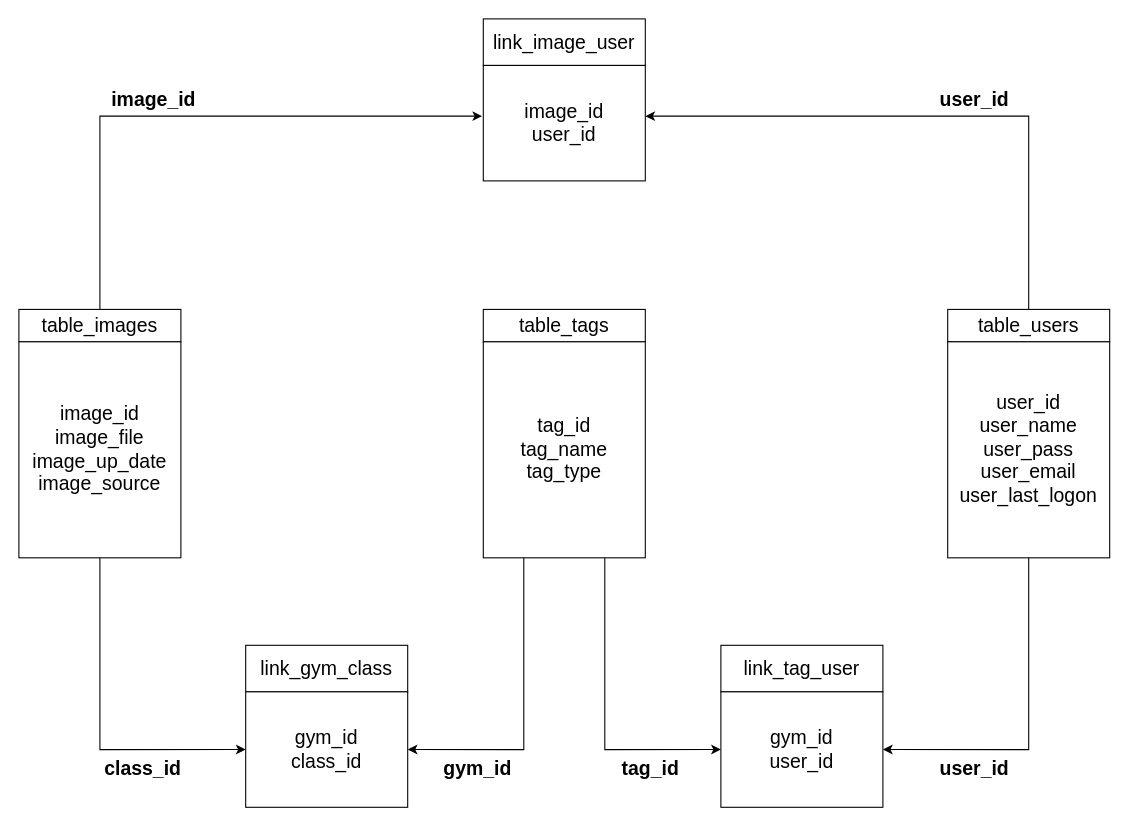
Before: Design/Databae Plan.drawio in mrhatman26/imagewebsite, a draw.io diagram. Source tidied: cells renumbered, new cells numbered last; positions are measured from the earlier drawing's top-left corner, leaving out a move shared by most shapes. Both pictures are drawn from the tidied source at 108%, with x=0, y=0 at pixel (18, 18).
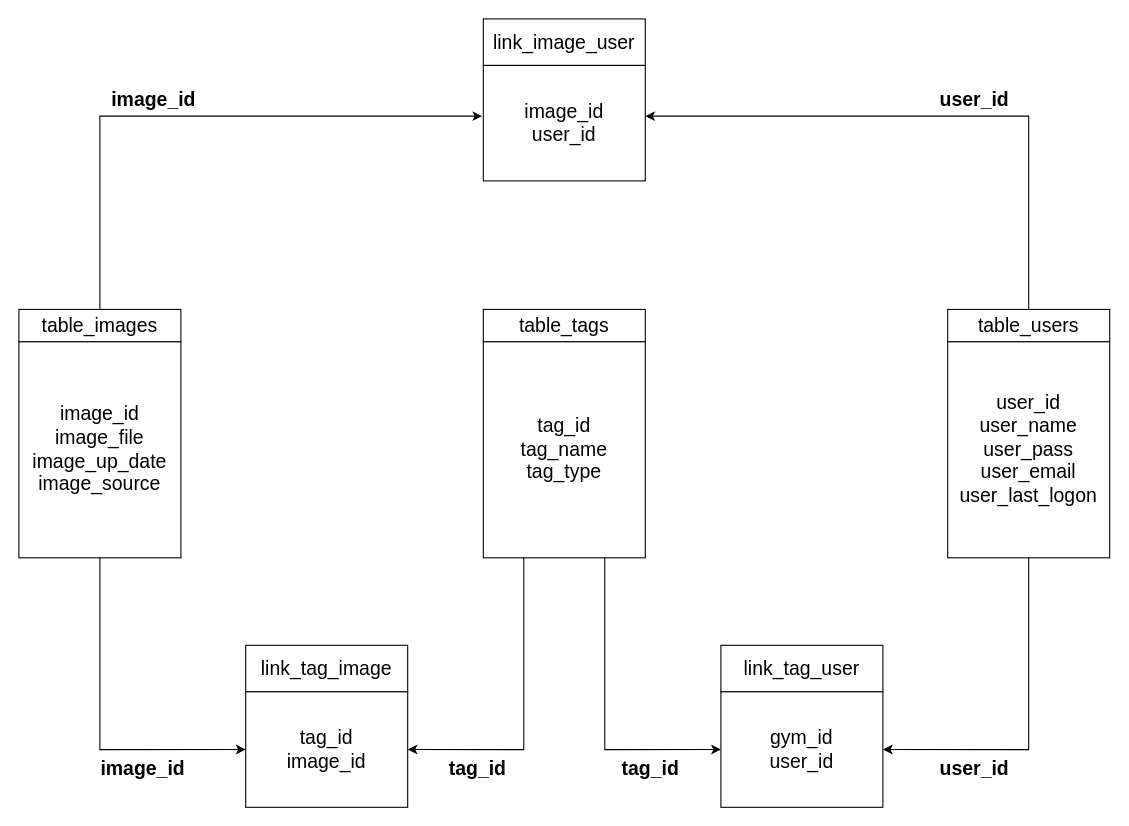
After the change.

Unchanged cells that the change refers to:
```xml
<mxCell id="11" style="group;" parent="1" vertex="1">
  <mxGeometry x="210" y="580" width="150" height="150" as="geometry" />
</mxCell>
```

Diff of the diagram source:
```diff
@@
-    <mxCell id="12" value="&lt;font style=&quot;font-size: 18px&quot;&gt;link_gym_class&lt;/font&gt;" style="rounded=0;whiteSpace=wrap;html=1;labelPosition=center;verticalLabelPosition=middle;align=center;verticalAlign=middle;" parent="11" vertex="1">
+    <mxCell id="12" value="&lt;font style=&quot;font-size: 18px&quot;&gt;link_tag_image&lt;/font&gt;" style="rounded=0;whiteSpace=wrap;html=1;labelPosition=center;verticalLabelPosition=middle;align=center;verticalAlign=middle;" parent="11" vertex="1">
       <mxGeometry width="150" height="43.1" as="geometry" />
     </mxCell>
-    <mxCell id="13" value="&lt;font style=&quot;font-size: 18px&quot;&gt;gym_id&lt;br&gt;class_id&lt;br&gt;&lt;/font&gt;" style="rounded=0;whiteSpace=wrap;html=1;labelPosition=center;verticalLabelPosition=middle;align=center;verticalAlign=middle;" parent="11" vertex="1">
+    <mxCell id="13" value="&lt;font style=&quot;font-size: 18px&quot;&gt;tag_id&lt;br&gt;image_id&lt;br&gt;&lt;/font&gt;" style="rounded=0;whiteSpace=wrap;html=1;labelPosition=center;verticalLabelPosition=middle;align=center;verticalAlign=middle;" parent="11" vertex="1">
       <mxGeometry y="43.1" width="150" height="106.9" as="geometry" />
     </mxCell>
@@
-    <mxCell id="24" value="&lt;font style=&quot;font-size: 18px&quot;&gt;&lt;b&gt;class_id&lt;/b&gt;&lt;/font&gt;" style="text;html=1;strokeColor=none;fillColor=none;align=center;verticalAlign=middle;whiteSpace=wrap;rounded=0;" parent="1" vertex="1">
+    <mxCell id="24" value="&lt;font style=&quot;font-size: 18px&quot;&gt;&lt;b&gt;image_id&lt;/b&gt;&lt;/font&gt;" style="text;html=1;strokeColor=none;fillColor=none;align=center;verticalAlign=middle;whiteSpace=wrap;rounded=0;" parent="1" vertex="1">
       <mxGeometry x="60" y="680" width="110" height="30" as="geometry" />
     </mxCell>
@@
-    <mxCell id="27" value="&lt;font style=&quot;font-size: 18px&quot;&gt;&lt;b&gt;gym_id&lt;br&gt;&lt;/b&gt;&lt;/font&gt;" style="text;html=1;strokeColor=none;fillColor=none;align=center;verticalAlign=middle;whiteSpace=wrap;rounded=0;" parent="1" vertex="1">
+    <mxCell id="27" value="&lt;font style=&quot;font-size: 18px&quot;&gt;&lt;b&gt;tag_id&lt;br&gt;&lt;/b&gt;&lt;/font&gt;" style="text;html=1;strokeColor=none;fillColor=none;align=center;verticalAlign=middle;whiteSpace=wrap;rounded=0;" parent="1" vertex="1">
       <mxGeometry x="370" y="680" width="110" height="30" as="geometry" />
     </mxCell>
```
